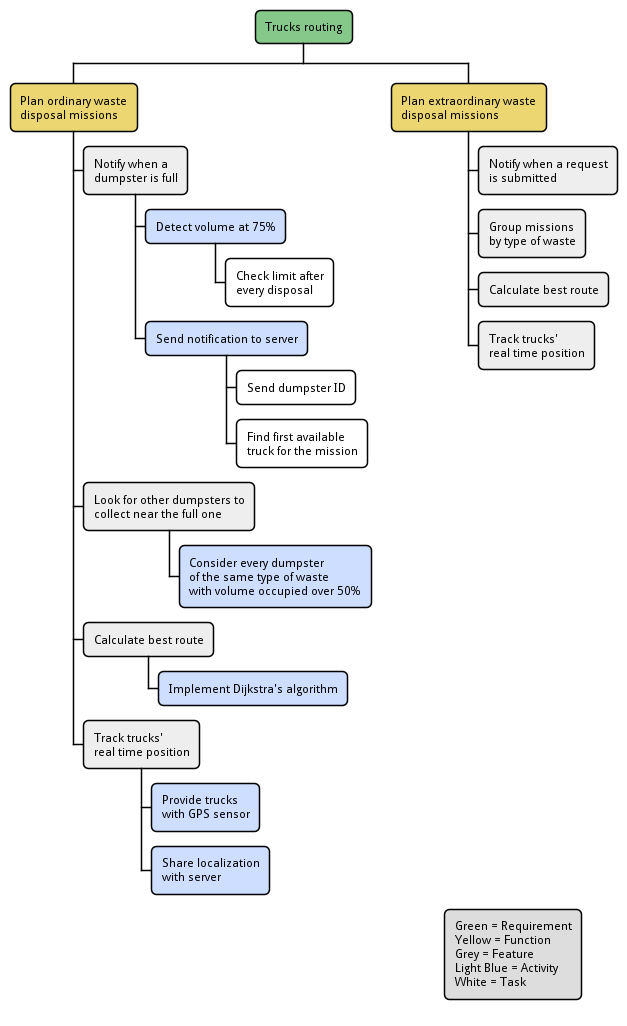
Above: uml/wbs-trucks-routing.pm.png in SmartWasteCollection/project-management (PlantUML), before the change.
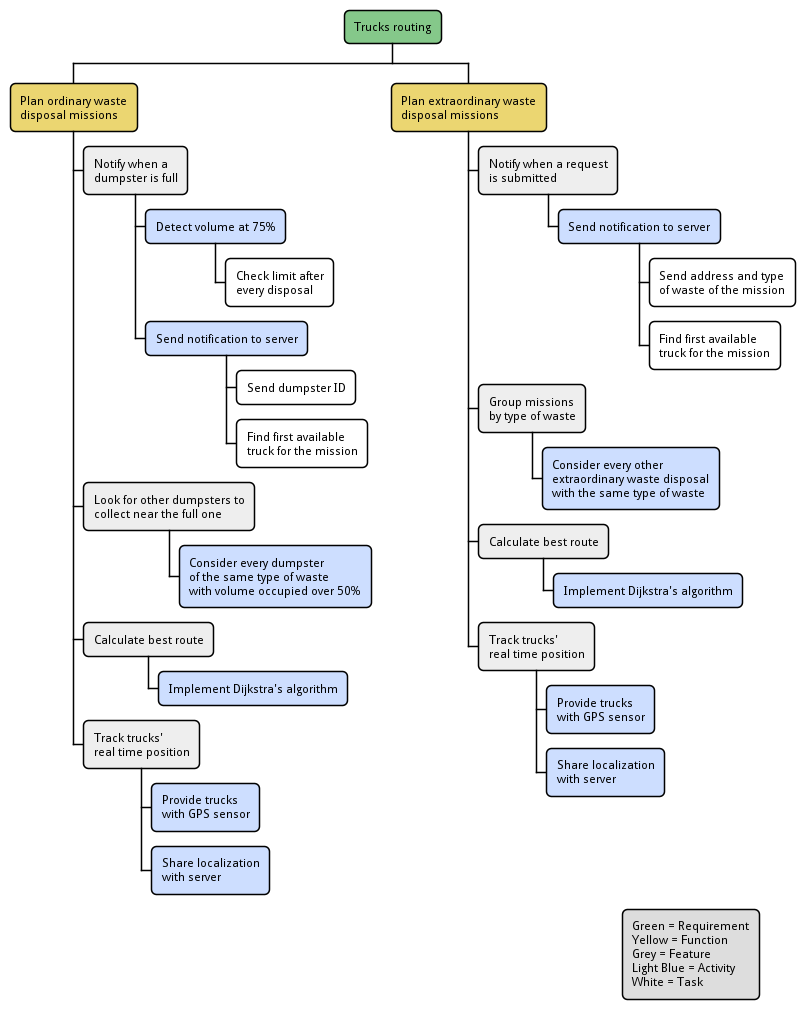
The same diagram one commit later.

Commit message:
docs(uml): generate PNG files for PlantUML diagrams

Change to the diagram source:
```diff
@@ -20,9 +20,15 @@
 
 function(Plan extraordinary waste\ndisposal missions)
 feature(Notify when a request\nis submitted)
-
+activity(Send notification to server)
+task(Send address and type\nof waste of the mission)
+task(Find first available\ntruck for the mission)
 feature(Group missions\nby type of waste)
+activity(Consider every other\nextraordinary waste disposal\nwith the same type of waste)
 feature(Calculate best route)
+activity(Implement Dijkstra's algorithm)
 feature(Track trucks'\nreal time position)
+activity(Provide trucks\nwith GPS sensor)
+activity(Share localization\nwith server)
 
 @endwbs
```
